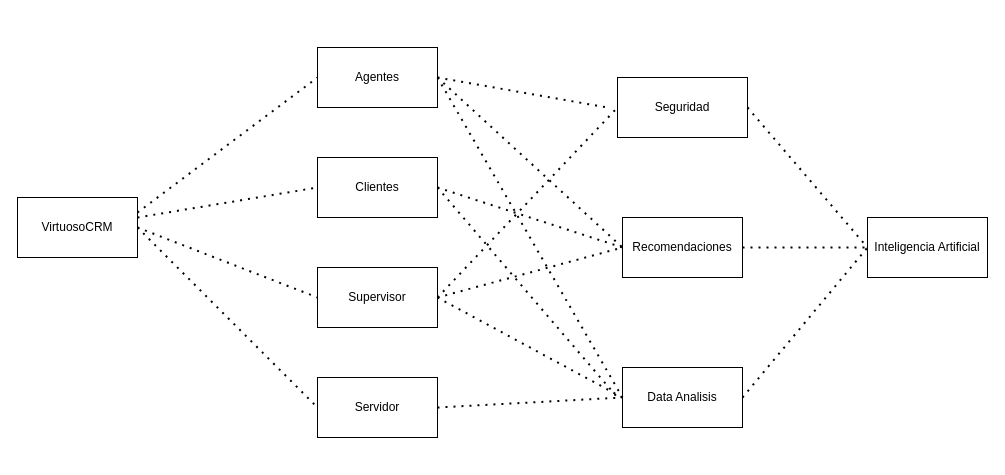
JuanMartinez1906/Primer-Commit-1 keeps this draw.io diagram as Diagrama sin título.drawio. Above is the earlier version. Source tidied: cells renumbered, new cells numbered last; positions are measured from the earlier drawing's top-left corner, leaving out a move shared by most shapes. Both pictures are drawn from the tidied source at 100%, with x=0, y=0 at pixel (17, 47).
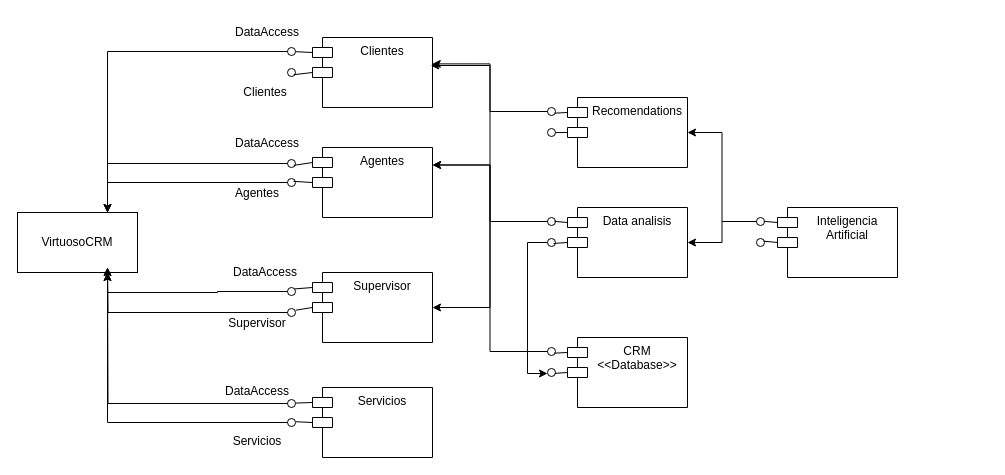
The same page after the edit.

Commit message:
Component Diagram

What changed in the source:
```diff
@@
     <mxCell id="2" value="VirtuosoCRM" style="rounded=0;whiteSpace=wrap;html=1;" parent="1" vertex="1">
-      <mxGeometry y="150" width="120" height="60" as="geometry" />
+      <mxGeometry y="165" width="120" height="60" as="geometry" />
     </mxCell>
-    <mxCell id="3" value="Agentes" style="rounded=0;whiteSpace=wrap;html=1;" parent="1" vertex="1">
-      <mxGeometry x="300" width="120" height="60" as="geometry" />
-    </mxCell>
-    <mxCell id="4" value="Clientes" style="rounded=0;whiteSpace=wrap;html=1;" parent="1" vertex="1">
-      <mxGeometry x="300" y="110" width="120" height="60" as="geometry" />
-    </mxCell>
-    <mxCell id="5" value="Supervisor" style="rounded=0;whiteSpace=wrap;html=1;" parent="1" vertex="1">
-      <mxGeometry x="300" y="220" width="120" height="60" as="geometry" />
-    </mxCell>
-    <mxCell id="6" style="endArrow=none;dashed=1;html=1;dashPattern=1 3;strokeWidth=2;rounded=0;exitX=1;exitY=0.25;exitDx=0;exitDy=0;entryX=0;entryY=0.5;entryDx=0;entryDy=0;" parent="1" edge="1" source="2" target="3">
-      <mxGeometry relative="1" as="geometry" />
-    </mxCell>
-    <mxCell id="7" style="endArrow=none;dashed=1;html=1;dashPattern=1 3;strokeWidth=2;rounded=0;entryX=0;entryY=0.5;entryDx=0;entryDy=0;" parent="1" edge="1" source="2" target="4">
-      <mxGeometry relative="1" as="geometry" />
-    </mxCell>
-    <mxCell id="8" style="endArrow=none;dashed=1;html=1;dashPattern=1 3;strokeWidth=2;rounded=0;entryX=0;entryY=0.5;entryDx=0;entryDy=0;exitX=1;exitY=0.5;exitDx=0;exitDy=0;" parent="1" edge="1" source="2" target="5">
-      <mxGeometry relative="1" as="geometry" />
-    </mxCell>
-    <mxCell id="9" value="Servidor" style="rounded=0;whiteSpace=wrap;html=1;" parent="1" vertex="1">
-      <mxGeometry x="300" y="330" width="120" height="60" as="geometry" />
-    </mxCell>
-    <mxCell id="10" style="endArrow=none;dashed=1;html=1;dashPattern=1 3;strokeWidth=2;rounded=0;exitX=1;exitY=0.5;exitDx=0;exitDy=0;entryX=0;entryY=0.5;entryDx=0;entryDy=0;" parent="1" edge="1" source="2" target="9">
-      <mxGeometry relative="1" as="geometry" />
-    </mxCell>
-    <mxCell id="11" value="Seguridad" style="rounded=0;whiteSpace=wrap;html=1;" parent="1" vertex="1">
-      <mxGeometry x="600" y="30" width="130" height="60" as="geometry" />
-    </mxCell>
-    <mxCell id="12" value="Recomendaciones" style="rounded=0;whiteSpace=wrap;html=1;" parent="1" vertex="1">
-      <mxGeometry x="605" y="170" width="120" height="60" as="geometry" />
-    </mxCell>
-    <mxCell id="13" value="Data Analisis" style="rounded=0;whiteSpace=wrap;html=1;" parent="1" vertex="1">
-      <mxGeometry x="605" y="320" width="120" height="60" as="geometry" />
-    </mxCell>
-    <mxCell id="14" style="endArrow=none;dashed=1;html=1;dashPattern=1 3;strokeWidth=2;rounded=0;exitX=1;exitY=0.5;exitDx=0;exitDy=0;entryX=0;entryY=0.5;entryDx=0;entryDy=0;" parent="1" edge="1" source="4" target="12">
-      <mxGeometry relative="1" as="geometry" />
-    </mxCell>
-    <mxCell id="15" style="endArrow=none;dashed=1;html=1;dashPattern=1 3;strokeWidth=2;rounded=0;exitX=1;exitY=0.5;exitDx=0;exitDy=0;entryX=0;entryY=0.5;entryDx=0;entryDy=0;" parent="1" edge="1" source="5" target="12">
-      <mxGeometry relative="1" as="geometry" />
-    </mxCell>
-    <mxCell id="16" style="endArrow=none;dashed=1;html=1;dashPattern=1 3;strokeWidth=2;rounded=0;exitX=1;exitY=0.5;exitDx=0;exitDy=0;entryX=0;entryY=0.5;entryDx=0;entryDy=0;" parent="1" edge="1" source="3" target="12">
-      <mxGeometry relative="1" as="geometry" />
-    </mxCell>
-    <mxCell id="17" style="endArrow=none;dashed=1;html=1;dashPattern=1 3;strokeWidth=2;rounded=0;exitX=1;exitY=0.5;exitDx=0;exitDy=0;entryX=0;entryY=0.5;entryDx=0;entryDy=0;" parent="1" edge="1" source="5" target="11">
-      <mxGeometry relative="1" as="geometry" />
-    </mxCell>
-    <mxCell id="18" style="endArrow=none;dashed=1;html=1;dashPattern=1 3;strokeWidth=2;rounded=0;exitX=1;exitY=0.5;exitDx=0;exitDy=0;" parent="1" edge="1" source="3">
-      <mxGeometry relative="1" as="geometry">
-        <mxPoint x="590" y="60" as="targetPoint" />
-      </mxGeometry>
-    </mxCell>
-    <mxCell id="19" style="endArrow=none;dashed=1;html=1;dashPattern=1 3;strokeWidth=2;rounded=0;exitX=1;exitY=0.5;exitDx=0;exitDy=0;entryX=0;entryY=0.5;entryDx=0;entryDy=0;" parent="1" edge="1" source="9" target="13">
-      <mxGeometry relative="1" as="geometry" />
-    </mxCell>
-    <mxCell id="20" style="endArrow=none;dashed=1;html=1;dashPattern=1 3;strokeWidth=2;rounded=0;exitX=1;exitY=0.5;exitDx=0;exitDy=0;entryX=0;entryY=0.5;entryDx=0;entryDy=0;" parent="1" edge="1" source="5" target="13">
-      <mxGeometry relative="1" as="geometry" />
-    </mxCell>
-    <mxCell id="21" style="endArrow=none;dashed=1;html=1;dashPattern=1 3;strokeWidth=2;rounded=0;exitX=1;exitY=0.5;exitDx=0;exitDy=0;" parent="1" edge="1" source="4">
-      <mxGeometry relative="1" as="geometry">
-        <mxPoint x="600" y="350" as="targetPoint" />
-      </mxGeometry>
-    </mxCell>
-    <mxCell id="22" style="endArrow=none;dashed=1;html=1;dashPattern=1 3;strokeWidth=2;rounded=0;exitX=1;exitY=0.5;exitDx=0;exitDy=0;entryX=0;entryY=0.5;entryDx=0;entryDy=0;" parent="1" edge="1" source="3" target="13">
-      <mxGeometry relative="1" as="geometry" />
-    </mxCell>
+    <mxCell id="27" value="Agentes" style="shape=module;align=left;spacingLeft=20;align=center;verticalAlign=top;whiteSpace=wrap;html=1;" parent="1" vertex="1">
+      <mxGeometry x="295" y="100" width="120" height="70" as="geometry" />
+    </mxCell>
+    <mxCell id="28" value="Supervisor" style="shape=module;align=left;spacingLeft=20;align=center;verticalAlign=top;whiteSpace=wrap;html=1;" parent="1" vertex="1">
+      <mxGeometry x="295" y="225" width="120" height="70" as="geometry" />
+    </mxCell>
+    <mxCell id="29" value="Servicios" style="shape=module;align=left;spacingLeft=20;align=center;verticalAlign=top;whiteSpace=wrap;html=1;" parent="1" vertex="1">
+      <mxGeometry x="295" y="340" width="120" height="70" as="geometry" />
+    </mxCell>
+    <mxCell id="30" value="Clientes" style="shape=module;align=left;spacingLeft=20;align=center;verticalAlign=top;whiteSpace=wrap;html=1;" parent="1" vertex="1">
+      <mxGeometry x="295" y="-10" width="120" height="70" as="geometry" />
+    </mxCell>
+    <mxCell id="31" value="Recomendations" style="shape=module;align=left;spacingLeft=20;align=center;verticalAlign=top;whiteSpace=wrap;html=1;" parent="1" vertex="1">
+      <mxGeometry x="550" y="50" width="120" height="70" as="geometry" />
+    </mxCell>
+    <mxCell id="32" value="Data analisis" style="shape=module;align=left;spacingLeft=20;align=center;verticalAlign=top;whiteSpace=wrap;html=1;" parent="1" vertex="1">
+      <mxGeometry x="550" y="160" width="120" height="70" as="geometry" />
+    </mxCell>
+    <mxCell id="33" value="CRM&lt;div&gt;&amp;lt;&amp;lt;Database&amp;gt;&amp;gt;&lt;/div&gt;" style="shape=module;align=left;spacingLeft=20;align=center;verticalAlign=top;whiteSpace=wrap;html=1;" parent="1" vertex="1">
+      <mxGeometry x="550" y="290" width="120" height="70" as="geometry" />
+    </mxCell>
-    <mxCell id="23" value="Inteligencia Artificial" style="rounded=0;whiteSpace=wrap;html=1;" parent="1" vertex="1">
-      <mxGeometry x="850" y="170" width="120" height="60" as="geometry" />
+    <mxCell id="23" value="Inteligencia Artificial" style="shape=module;align=left;spacingLeft=20;align=center;verticalAlign=top;whiteSpace=wrap;html=1;" parent="1" vertex="1">
+      <mxGeometry x="760" y="160" width="120" height="70" as="geometry" />
     </mxCell>
-    <mxCell id="24" style="endArrow=none;dashed=1;html=1;dashPattern=1 3;strokeWidth=2;rounded=0;exitX=1;exitY=0.5;exitDx=0;exitDy=0;entryX=0;entryY=0.5;entryDx=0;entryDy=0;" parent="1" edge="1" source="12" target="23">
-      <mxGeometry relative="1" as="geometry" />
-    </mxCell>
-    <mxCell id="25" style="endArrow=none;dashed=1;html=1;dashPattern=1 3;strokeWidth=2;rounded=0;exitX=1;exitY=0.5;exitDx=0;exitDy=0;entryX=0;entryY=0.5;entryDx=0;entryDy=0;" parent="1" edge="1" source="11" target="23">
-      <mxGeometry relative="1" as="geometry" />
-    </mxCell>
-    <mxCell id="26" style="endArrow=none;dashed=1;html=1;dashPattern=1 3;strokeWidth=2;rounded=0;exitX=1;exitY=0.5;exitDx=0;exitDy=0;entryX=0;entryY=0.5;entryDx=0;entryDy=0;" parent="1" edge="1" source="13" target="23">
-      <mxGeometry relative="1" as="geometry" />
-    </mxCell>
+    <mxCell id="34" style="endArrow=none;html=1;rounded=0;align=center;verticalAlign=top;endFill=0;labelBackgroundColor=none;endSize=2;exitX=0;exitY=0;exitDx=0;exitDy=15;exitPerimeter=0;" parent="1" edge="1" source="30" target="36">
+      <mxGeometry relative="1" as="geometry" />
+    </mxCell>
+    <mxCell id="35" style="edgeStyle=orthogonalEdgeStyle;rounded=0;jettySize=auto;html=1;entryX=0.75;entryY=0;entryDx=0;entryDy=0;" parent="1" edge="1" source="36" target="2">
+      <mxGeometry relative="1" as="geometry" />
+    </mxCell>
+    <mxCell id="36" style="ellipse;html=1;fontSize=11;align=center;fillColor=none;points=[];verticalAlign=bottom;labelPosition=center;verticalLabelPosition=top;flipH=1;" parent="1" vertex="1">
+      <mxGeometry x="270" width="8" height="8" as="geometry" />
+    </mxCell>
+    <mxCell id="37" style="ellipse;html=1;fontSize=11;align=center;fillColor=none;points=[];verticalAlign=bottom;labelPosition=center;verticalLabelPosition=top;flipH=1;" parent="1" vertex="1">
+      <mxGeometry x="270" y="21" width="8" height="8" as="geometry" />
+    </mxCell>
+    <mxCell id="38" style="endArrow=none;html=1;rounded=0;align=center;verticalAlign=top;endFill=0;labelBackgroundColor=none;endSize=2;exitX=0;exitY=0;exitDx=0;exitDy=35;exitPerimeter=0;entryX=0.214;entryY=0.774;entryDx=0;entryDy=0;entryPerimeter=0;" parent="1" edge="1" source="30" target="37">
+      <mxGeometry relative="1" as="geometry" />
+    </mxCell>
+    <mxCell id="39" style="edgeStyle=orthogonalEdgeStyle;rounded=0;jettySize=auto;html=1;entryX=0.75;entryY=0;entryDx=0;entryDy=0;" parent="1" edge="1" source="40" target="2">
+      <mxGeometry relative="1" as="geometry" />
+    </mxCell>
+    <mxCell id="40" style="ellipse;html=1;fontSize=11;align=center;fillColor=none;points=[];verticalAlign=bottom;labelPosition=center;verticalLabelPosition=top;flipH=1;" parent="1" vertex="1">
+      <mxGeometry x="270" y="112" width="8" height="8" as="geometry" />
+    </mxCell>
+    <mxCell id="41" style="edgeStyle=orthogonalEdgeStyle;rounded=0;jettySize=auto;html=1;entryX=0.75;entryY=0;entryDx=0;entryDy=0;" parent="1" edge="1" source="42" target="2">
+      <mxGeometry relative="1" as="geometry" />
+    </mxCell>
+    <mxCell id="42" style="ellipse;html=1;fontSize=11;align=center;fillColor=none;points=[];verticalAlign=bottom;labelPosition=center;verticalLabelPosition=top;flipH=1;" parent="1" vertex="1">
+      <mxGeometry x="270" y="131" width="8" height="8" as="geometry" />
+    </mxCell>
+    <mxCell id="43" style="edgeStyle=orthogonalEdgeStyle;rounded=0;jettySize=auto;html=1;entryX=0.75;entryY=1;entryDx=0;entryDy=0;" parent="1" edge="1" source="44" target="2">
+      <mxGeometry relative="1" as="geometry">
+        <Array as="points">
+          <mxPoint x="200" y="244" />
+          <mxPoint x="200" y="245" />
+          <mxPoint x="90" y="245" />
+        </Array>
+      </mxGeometry>
+    </mxCell>
+    <mxCell id="44" style="ellipse;html=1;fontSize=11;align=center;fillColor=none;points=[];verticalAlign=bottom;labelPosition=center;verticalLabelPosition=top;flipH=1;" parent="1" vertex="1">
+      <mxGeometry x="270" y="240" width="8" height="8" as="geometry" />
+    </mxCell>
+    <mxCell id="45" style="edgeStyle=orthogonalEdgeStyle;rounded=0;jettySize=auto;html=1;" parent="1" edge="1" source="46">
+      <mxGeometry relative="1" as="geometry">
+        <mxPoint x="90" y="220" as="targetPoint" />
+      </mxGeometry>
+    </mxCell>
+    <mxCell id="46" style="ellipse;html=1;fontSize=11;align=center;fillColor=none;points=[];verticalAlign=bottom;labelPosition=center;verticalLabelPosition=top;flipH=1;" parent="1" vertex="1">
+      <mxGeometry x="270" y="261" width="8" height="8" as="geometry" />
+    </mxCell>
+    <mxCell id="47" style="edgeStyle=orthogonalEdgeStyle;rounded=0;jettySize=auto;html=1;" parent="1" edge="1" source="48">
+      <mxGeometry relative="1" as="geometry">
+        <mxPoint x="90" y="220" as="targetPoint" />
+      </mxGeometry>
+    </mxCell>
+    <mxCell id="48" style="ellipse;html=1;fontSize=11;align=center;fillColor=none;points=[];verticalAlign=bottom;labelPosition=center;verticalLabelPosition=top;flipH=1;" parent="1" vertex="1">
+      <mxGeometry x="270" y="352" width="8" height="8" as="geometry" />
+    </mxCell>
+    <mxCell id="49" style="edgeStyle=orthogonalEdgeStyle;rounded=0;jettySize=auto;html=1;entryX=0.75;entryY=1;entryDx=0;entryDy=0;" parent="1" edge="1" source="50" target="2">
+      <mxGeometry relative="1" as="geometry" />
+    </mxCell>
+    <mxCell id="50" style="ellipse;html=1;fontSize=11;align=center;fillColor=none;points=[];verticalAlign=bottom;labelPosition=center;verticalLabelPosition=top;flipH=1;" parent="1" vertex="1">
+      <mxGeometry x="270" y="371" width="8" height="8" as="geometry" />
+    </mxCell>
+    <mxCell id="51" style="ellipse;html=1;fontSize=11;align=center;fillColor=none;points=[];verticalAlign=bottom;labelPosition=center;verticalLabelPosition=top;flipH=1;" parent="1" vertex="1">
+      <mxGeometry x="530" y="321" width="8" height="8" as="geometry" />
+    </mxCell>
+    <mxCell id="52" style="edgeStyle=orthogonalEdgeStyle;rounded=0;jettySize=auto;html=1;entryX=1;entryY=0.25;entryDx=0;entryDy=0;" parent="1" edge="1" source="53" target="27">
+      <mxGeometry relative="1" as="geometry" />
+    </mxCell>
+    <mxCell id="53" style="ellipse;html=1;fontSize=11;align=center;fillColor=none;points=[];verticalAlign=bottom;labelPosition=center;verticalLabelPosition=top;flipH=1;" parent="1" vertex="1">
+      <mxGeometry x="530" y="300" width="8" height="8" as="geometry" />
+    </mxCell>
+    <mxCell id="54" style="ellipse;html=1;fontSize=11;align=center;fillColor=none;points=[];verticalAlign=bottom;labelPosition=center;verticalLabelPosition=top;flipH=1;" parent="1" vertex="1">
+      <mxGeometry x="530" y="191" width="8" height="8" as="geometry" />
+    </mxCell>
+    <mxCell id="55" style="edgeStyle=orthogonalEdgeStyle;rounded=0;jettySize=auto;html=1;entryX=1;entryY=0.25;entryDx=0;entryDy=0;" parent="1" edge="1" source="57" target="27">
+      <mxGeometry relative="1" as="geometry" />
+    </mxCell>
+    <mxCell id="56" style="edgeStyle=orthogonalEdgeStyle;rounded=0;jettySize=auto;html=1;entryX=1;entryY=0.5;entryDx=0;entryDy=0;" parent="1" edge="1" source="57" target="28">
+      <mxGeometry relative="1" as="geometry" />
+    </mxCell>
+    <mxCell id="57" style="ellipse;html=1;fontSize=11;align=center;fillColor=none;points=[];verticalAlign=bottom;labelPosition=center;verticalLabelPosition=top;flipH=1;" parent="1" vertex="1">
+      <mxGeometry x="530" y="170" width="8" height="8" as="geometry" />
+    </mxCell>
+    <mxCell id="58" style="ellipse;html=1;fontSize=11;align=center;fillColor=none;points=[];verticalAlign=bottom;labelPosition=center;verticalLabelPosition=top;flipH=1;" parent="1" vertex="1">
+      <mxGeometry x="530" y="60" width="8" height="8" as="geometry" />
+    </mxCell>
+    <mxCell id="59" style="ellipse;html=1;fontSize=11;align=center;fillColor=none;points=[];verticalAlign=bottom;labelPosition=center;verticalLabelPosition=top;flipH=1;" parent="1" vertex="1">
+      <mxGeometry x="530" y="81" width="8" height="8" as="geometry" />
+    </mxCell>
+    <mxCell id="60" style="edgeStyle=orthogonalEdgeStyle;rounded=0;jettySize=auto;html=1;entryX=1;entryY=0.5;entryDx=0;entryDy=0;" parent="1" edge="1" source="62" target="31">
+      <mxGeometry relative="1" as="geometry" />
+    </mxCell>
+    <mxCell id="61" style="edgeStyle=orthogonalEdgeStyle;rounded=0;jettySize=auto;html=1;entryX=1;entryY=0.5;entryDx=0;entryDy=0;" parent="1" edge="1" source="62" target="32">
+      <mxGeometry relative="1" as="geometry" />
+    </mxCell>
+    <mxCell id="62" style="ellipse;html=1;fontSize=11;align=center;fillColor=none;points=[];verticalAlign=bottom;labelPosition=center;verticalLabelPosition=top;flipH=1;" parent="1" vertex="1">
+      <mxGeometry x="739" y="170" width="8" height="8" as="geometry" />
+    </mxCell>
+    <mxCell id="63" style="ellipse;html=1;fontSize=11;align=center;fillColor=none;points=[];verticalAlign=bottom;labelPosition=center;verticalLabelPosition=top;flipH=1;" parent="1" vertex="1">
+      <mxGeometry x="739" y="191" width="8" height="8" as="geometry" />
+    </mxCell>
+    <mxCell id="64" style="endArrow=none;html=1;rounded=0;exitX=0.077;exitY=0.482;exitDx=0;exitDy=0;exitPerimeter=0;entryX=0;entryY=0;entryDx=0;entryDy=15;entryPerimeter=0;" parent="1" edge="1" source="62" target="23">
+      <mxGeometry relative="1" as="geometry" />
+    </mxCell>
+    <mxCell id="65" style="endArrow=none;html=1;rounded=0;exitX=0.125;exitY=0.333;exitDx=0;exitDy=0;exitPerimeter=0;entryX=0;entryY=0;entryDx=0;entryDy=35;entryPerimeter=0;" parent="1" edge="1" source="63" target="23">
+      <mxGeometry relative="1" as="geometry" />
+    </mxCell>
+    <mxCell id="66" style="endArrow=none;html=1;rounded=0;exitX=0.095;exitY=0.607;exitDx=0;exitDy=0;exitPerimeter=0;entryX=0;entryY=0;entryDx=0;entryDy=35;entryPerimeter=0;" parent="1" edge="1" source="51" target="33">
+      <mxGeometry relative="1" as="geometry" />
+    </mxCell>
+    <mxCell id="67" style="endArrow=none;html=1;rounded=0;exitX=0.143;exitY=0.708;exitDx=0;exitDy=0;exitPerimeter=0;entryX=0;entryY=0;entryDx=0;entryDy=15;entryPerimeter=0;" parent="1" edge="1" source="53" target="33">
+      <mxGeometry relative="1" as="geometry" />
+    </mxCell>
+    <mxCell id="68" style="endArrow=none;html=1;rounded=0;exitX=0.238;exitY=0.619;exitDx=0;exitDy=0;exitPerimeter=0;entryX=0;entryY=0;entryDx=0;entryDy=35;entryPerimeter=0;" parent="1" edge="1" source="54" target="32">
+      <mxGeometry relative="1" as="geometry" />
+    </mxCell>
+    <mxCell id="69" style="endArrow=none;html=1;rounded=0;exitX=0.143;exitY=0.482;exitDx=0;exitDy=0;exitPerimeter=0;entryX=0;entryY=0;entryDx=0;entryDy=15;entryPerimeter=0;" parent="1" edge="1" source="57" target="32">
+      <mxGeometry relative="1" as="geometry" />
+    </mxCell>
+    <mxCell id="70" style="endArrow=none;html=1;rounded=0;exitX=-0.048;exitY=0.512;exitDx=0;exitDy=0;exitPerimeter=0;entryX=0;entryY=0;entryDx=0;entryDy=35;entryPerimeter=0;" parent="1" edge="1" source="59" target="31">
+      <mxGeometry relative="1" as="geometry" />
+    </mxCell>
+    <mxCell id="71" style="endArrow=none;html=1;rounded=0;exitX=0.095;exitY=0.708;exitDx=0;exitDy=0;exitPerimeter=0;entryX=0;entryY=0;entryDx=0;entryDy=15;entryPerimeter=0;" parent="1" edge="1" source="58" target="31">
+      <mxGeometry relative="1" as="geometry" />
+    </mxCell>
+    <mxCell id="72" style="endArrow=none;html=1;rounded=0;exitX=0.262;exitY=0.357;exitDx=0;exitDy=0;exitPerimeter=0;entryX=0;entryY=0;entryDx=0;entryDy=35;entryPerimeter=0;" parent="1" edge="1" source="42" target="27">
+      <mxGeometry relative="1" as="geometry" />
+    </mxCell>
+    <mxCell id="73" style="endArrow=none;html=1;rounded=0;exitX=0.214;exitY=0.732;exitDx=0;exitDy=0;exitPerimeter=0;entryX=0;entryY=0;entryDx=0;entryDy=15;entryPerimeter=0;" parent="1" edge="1" source="40" target="27">
+      <mxGeometry relative="1" as="geometry" />
+    </mxCell>
+    <mxCell id="74" style="endArrow=none;html=1;rounded=0;exitX=0.071;exitY=0.173;exitDx=0;exitDy=0;exitPerimeter=0;entryX=0;entryY=0;entryDx=0;entryDy=15;entryPerimeter=0;" parent="1" edge="1" source="44" target="28">
+      <mxGeometry relative="1" as="geometry" />
+    </mxCell>
+    <mxCell id="75" style="endArrow=none;html=1;rounded=0;exitX=-0.024;exitY=0.214;exitDx=0;exitDy=0;exitPerimeter=0;entryX=0;entryY=0;entryDx=0;entryDy=35;entryPerimeter=0;" parent="1" edge="1" source="46" target="28">
+      <mxGeometry relative="1" as="geometry" />
+    </mxCell>
+    <mxCell id="76" style="endArrow=none;html=1;rounded=0;exitX=-0.024;exitY=0.446;exitDx=0;exitDy=0;exitPerimeter=0;entryX=0;entryY=0;entryDx=0;entryDy=15;entryPerimeter=0;" parent="1" edge="1" source="48" target="29">
+      <mxGeometry relative="1" as="geometry" />
+    </mxCell>
+    <mxCell id="77" style="endArrow=none;html=1;rounded=0;exitX=-0.024;exitY=0.405;exitDx=0;exitDy=0;exitPerimeter=0;entryX=0;entryY=0;entryDx=0;entryDy=35;entryPerimeter=0;" parent="1" edge="1" source="50" target="29">
+      <mxGeometry relative="1" as="geometry" />
+    </mxCell>
+    <mxCell id="78" value="DataAccess" style="text;html=1;align=center;verticalAlign=middle;whiteSpace=wrap;rounded=0;" parent="1" vertex="1">
+      <mxGeometry x="220" y="-30" width="60" height="30" as="geometry" />
+    </mxCell>
+    <mxCell id="79" value="DataAccess" style="text;html=1;align=center;verticalAlign=middle;whiteSpace=wrap;rounded=0;" parent="1" vertex="1">
+      <mxGeometry x="220" y="81" width="60" height="30" as="geometry" />
+    </mxCell>
+    <mxCell id="80" value="DataAccess" style="text;html=1;align=center;verticalAlign=middle;whiteSpace=wrap;rounded=0;" parent="1" vertex="1">
+      <mxGeometry x="218" y="210" width="60" height="30" as="geometry" />
+    </mxCell>
+    <mxCell id="81" value="DataAccess" style="text;html=1;align=center;verticalAlign=middle;whiteSpace=wrap;rounded=0;" parent="1" vertex="1">
+      <mxGeometry x="210" y="329" width="60" height="30" as="geometry" />
+    </mxCell>
+    <mxCell id="82" value="Servicios" style="text;html=1;align=center;verticalAlign=middle;whiteSpace=wrap;rounded=0;" parent="1" vertex="1">
+      <mxGeometry x="210" y="379" width="60" height="30" as="geometry" />
+    </mxCell>
+    <mxCell id="83" value="Supervisor" style="text;html=1;align=center;verticalAlign=middle;whiteSpace=wrap;rounded=0;" parent="1" vertex="1">
+      <mxGeometry x="210" y="261" width="60" height="30" as="geometry" />
+    </mxCell>
+    <mxCell id="84" value="Agentes" style="text;html=1;align=center;verticalAlign=middle;whiteSpace=wrap;rounded=0;" parent="1" vertex="1">
+      <mxGeometry x="210" y="131" width="60" height="30" as="geometry" />
+    </mxCell>
+    <mxCell id="85" value="Clientes" style="text;html=1;align=center;verticalAlign=middle;whiteSpace=wrap;rounded=0;" parent="1" vertex="1">
+      <mxGeometry x="218" y="30" width="60" height="30" as="geometry" />
+    </mxCell>
+    <mxCell id="86" style="edgeStyle=orthogonalEdgeStyle;rounded=0;jettySize=auto;html=1;entryX=0.985;entryY=0.4;entryDx=0;entryDy=0;entryPerimeter=0;" parent="1" edge="1" source="58" target="30">
+      <mxGeometry relative="1" as="geometry" />
+    </mxCell>
+    <mxCell id="87" style="edgeStyle=orthogonalEdgeStyle;rounded=0;jettySize=auto;html=1;entryX=0.998;entryY=0.377;entryDx=0;entryDy=0;entryPerimeter=0;" parent="1" edge="1" source="57" target="30">
+      <mxGeometry relative="1" as="geometry" />
+    </mxCell>
+    <mxCell id="88" style="edgeStyle=orthogonalEdgeStyle;rounded=0;jettySize=auto;html=1;entryX=1;entryY=0.625;entryDx=0;entryDy=0;entryPerimeter=0;" parent="1" edge="1" source="54" target="51">
+      <mxGeometry relative="1" as="geometry">
+        <Array as="points">
+          <mxPoint x="510" y="195" />
+          <mxPoint x="510" y="326" />
+        </Array>
+      </mxGeometry>
+    </mxCell>
```
